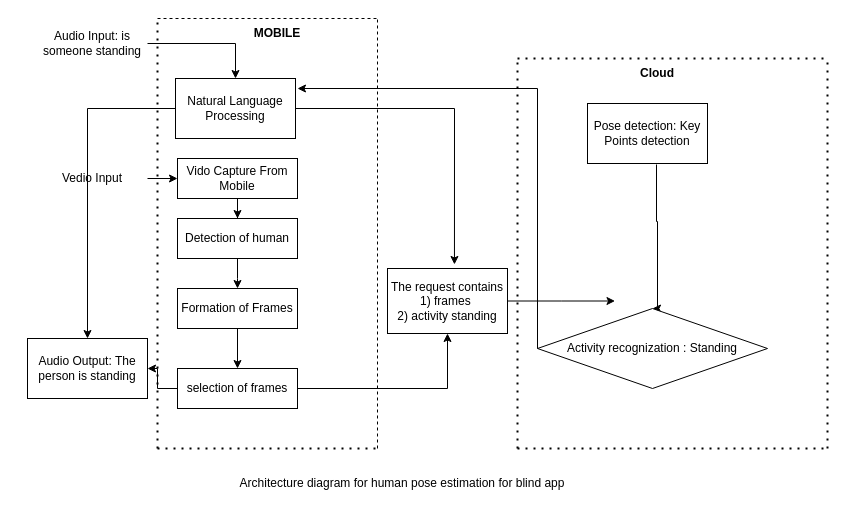
The draw.io diagram Untitled Diagram.drawio in ahmad2001hotmailyahoo/ahmad-arc, before the edit. Source tidied: cells renumbered, new cells numbered last; positions are measured from the earlier drawing's top-left corner, leaving out a move shared by most shapes. Both pictures are drawn from the tidied source at 100%, with x=0, y=0 at pixel (27, 18).
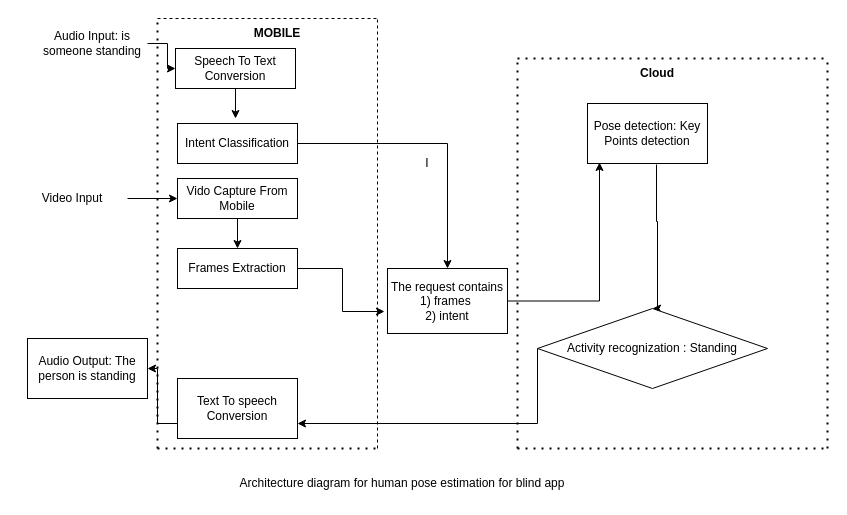
After the change.

Unchanged cells that the change refers to:
```xml
<mxCell id="23" value="Activity recognization : Standing" style="rhombus;whiteSpace=wrap;html=1;" parent="1" vertex="1">
  <mxGeometry x="510" y="290" width="230" height="80" as="geometry" />
</mxCell>
<mxCell id="29" value="Audio Output: The person is standing" style="whiteSpace=wrap;html=1;" parent="1" vertex="1">
  <mxGeometry y="320" width="120" height="60" as="geometry" />
</mxCell>
<mxCell id="34" value="Pose detection: Key Points detection" style="rounded=0;whiteSpace=wrap;html=1;" parent="1" vertex="1">
  <mxGeometry x="560" y="85" width="120" height="60" as="geometry" />
</mxCell>
```

Diff of the diagram source:
```diff
@@
-    <mxCell id="2" style="edgeStyle=orthogonalEdgeStyle;rounded=0;jettySize=auto;html=1;entryX=0.558;entryY=-0.062;entryDx=0;entryDy=0;entryPerimeter=0;" parent="1" edge="1" source="4" target="16">
-      <mxGeometry relative="1" as="geometry" />
-    </mxCell>
-    <mxCell id="3" style="edgeStyle=orthogonalEdgeStyle;rounded=0;jettySize=auto;html=1;" parent="1" edge="1" source="4" target="29">
-      <mxGeometry relative="1" as="geometry" />
-    </mxCell>
-    <mxCell id="4" value="Natural Language Processing" style="whiteSpace=wrap;html=1;" parent="1" vertex="1">
-      <mxGeometry x="148" y="60" width="120" height="60" as="geometry" />
+    <mxCell id="4" value="Speech To Text Conversion" style="whiteSpace=wrap;html=1;" parent="1" vertex="1">
+      <mxGeometry x="148" y="30" width="120" height="40" as="geometry" />
     </mxCell>
@@
     <mxCell id="8" value="Vido Capture From Mobile" style="whiteSpace=wrap;html=1;" parent="1" vertex="1">
-      <mxGeometry x="150" y="140" width="120" height="40" as="geometry" />
+      <mxGeometry x="150" y="160" width="120" height="40" as="geometry" />
     </mxCell>
-    <mxCell id="9" style="edgeStyle=orthogonalEdgeStyle;rounded=0;jettySize=auto;html=1;" parent="1" edge="1" source="10">
-      <mxGeometry relative="1" as="geometry">
-        <mxPoint x="210" y="270" as="targetPoint" />
-      </mxGeometry>
-    </mxCell>
+    <mxCell id="36" style="edgeStyle=orthogonalEdgeStyle;rounded=0;jettySize=auto;html=1;entryX=-0.025;entryY=0.662;entryDx=0;entryDy=0;entryPerimeter=0;" parent="1" edge="1" source="10" target="16">
+      <mxGeometry relative="1" as="geometry" />
+    </mxCell>
-    <mxCell id="10" value="Detection of human" style="whiteSpace=wrap;html=1;" parent="1" vertex="1">
-      <mxGeometry x="150" y="200" width="120" height="40" as="geometry" />
+    <mxCell id="10" value="Frames Extraction" style="whiteSpace=wrap;html=1;" parent="1" vertex="1">
+      <mxGeometry x="150" y="230" width="120" height="40" as="geometry" />
     </mxCell>
-    <mxCell id="11" style="edgeStyle=orthogonalEdgeStyle;rounded=0;jettySize=auto;html=1;exitX=0.5;exitY=1;exitDx=0;exitDy=0;" parent="1" edge="1" source="33" target="13">
-      <mxGeometry relative="1" as="geometry" />
-    </mxCell>
-    <mxCell id="12" style="edgeStyle=orthogonalEdgeStyle;rounded=0;jettySize=auto;html=1;" parent="1" edge="1" source="13" target="29">
+    <mxCell id="12" style="edgeStyle=orthogonalEdgeStyle;rounded=0;jettySize=auto;html=1;exitX=0;exitY=0.75;exitDx=0;exitDy=0;" parent="1" edge="1" source="37" target="29">
       <mxGeometry relative="1" as="geometry" />
     </mxCell>
-    <mxCell id="13" value="selection of frames" style="whiteSpace=wrap;html=1;" parent="1" vertex="1">
-      <mxGeometry x="150" y="350" width="120" height="40" as="geometry" />
-    </mxCell>
-    <mxCell id="14" style="edgeStyle=orthogonalEdgeStyle;rounded=0;jettySize=auto;html=1;" parent="1" edge="1" target="16">
-      <mxGeometry relative="1" as="geometry">
-        <mxPoint x="270" y="370" as="sourcePoint" />
-        <Array as="points">
-          <mxPoint x="270" y="370" />
-          <mxPoint x="420" y="370" />
-        </Array>
-      </mxGeometry>
-    </mxCell>
-    <mxCell id="15" style="edgeStyle=orthogonalEdgeStyle;rounded=0;jettySize=auto;html=1;entryX=0;entryY=0.5;entryDx=0;entryDy=0;" parent="1" edge="1" source="16">
-      <mxGeometry relative="1" as="geometry">
-        <mxPoint x="587.5" y="282.5" as="targetPoint" />
-      </mxGeometry>
+    <mxCell id="15" style="edgeStyle=orthogonalEdgeStyle;rounded=0;jettySize=auto;html=1;entryX=0.1;entryY=0.983;entryDx=0;entryDy=0;entryPerimeter=0;" parent="1" edge="1" source="16" target="34">
+      <mxGeometry relative="1" as="geometry" />
     </mxCell>
-    <mxCell id="16" value="The request contains&lt;br&gt;1) frames&amp;nbsp;&lt;br&gt;2) activity standing" style="whiteSpace=wrap;html=1;" parent="1" vertex="1">
+    <mxCell id="16" value="The request contains&lt;br&gt;1) frames&amp;nbsp;&lt;br&gt;2) intent" style="whiteSpace=wrap;html=1;" parent="1" vertex="1">
       <mxGeometry x="360" y="250" width="120" height="65" as="geometry" />
     </mxCell>
@@
-    <mxCell id="31" style="edgeStyle=orthogonalEdgeStyle;rounded=0;jettySize=auto;html=1;" parent="1" edge="1" source="32" target="8">
-      <mxGeometry relative="1" as="geometry" />
+    <mxCell id="31" style="edgeStyle=orthogonalEdgeStyle;rounded=0;jettySize=auto;html=1;entryX=0;entryY=0.5;entryDx=0;entryDy=0;" parent="1" edge="1" source="32" target="8">
+      <mxGeometry relative="1" as="geometry">
+        <Array as="points">
+          <mxPoint x="45" y="180" />
+        </Array>
+      </mxGeometry>
     </mxCell>
-    <mxCell id="32" value="Vedio Input" style="text;html=1;strokeColor=none;fillColor=none;align=center;verticalAlign=middle;whiteSpace=wrap;rounded=0;" parent="1" vertex="1">
-      <mxGeometry x="10" y="145" width="110" height="30" as="geometry" />
+    <mxCell id="32" value="Video Input" style="text;html=1;strokeColor=none;fillColor=none;align=center;verticalAlign=middle;whiteSpace=wrap;rounded=0;" parent="1" vertex="1">
+      <mxGeometry x="-10" y="165" width="110" height="30" as="geometry" />
     </mxCell>
-    <mxCell id="33" value="Formation of Frames" style="whiteSpace=wrap;html=1;" parent="1" vertex="1">
-      <mxGeometry x="150" y="270" width="120" height="40" as="geometry" />
-    </mxCell>
@@
-    <mxCell id="35" style="endArrow=classic;html=1;rounded=0;exitX=0;exitY=0.5;exitDx=0;exitDy=0;" parent="1" edge="1" source="23">
-      <mxGeometry relative="1" as="geometry">
-        <mxPoint x="270" y="70" as="targetPoint" />
-        <Array as="points">
-          <mxPoint x="510" y="70" />
-        </Array>
-      </mxGeometry>
-    </mxCell>
+    <mxCell id="37" value="Text To speech Conversion" style="whiteSpace=wrap;html=1;" parent="1" vertex="1">
+      <mxGeometry x="150" y="360" width="120" height="60" as="geometry" />
+    </mxCell>
+    <mxCell id="38" style="endArrow=classic;html=1;rounded=0;exitX=0;exitY=0.5;exitDx=0;exitDy=0;entryX=1;entryY=0.75;entryDx=0;entryDy=0;" parent="1" edge="1" source="23" target="37">
+      <mxGeometry relative="1" as="geometry">
+        <Array as="points">
+          <mxPoint x="510" y="405" />
+        </Array>
+      </mxGeometry>
+    </mxCell>
+    <mxCell id="39" value="I" style="text;html=1;strokeColor=none;fillColor=none;align=center;verticalAlign=middle;whiteSpace=wrap;rounded=0;" parent="1" vertex="1">
+      <mxGeometry x="370" y="130" width="60" height="30" as="geometry" />
+    </mxCell>
+    <mxCell id="40" value="Intent Classification" style="rounded=0;whiteSpace=wrap;html=1;" parent="1" vertex="1">
+      <mxGeometry x="150" y="105" width="120" height="40" as="geometry" />
+    </mxCell>
+    <mxCell id="41" style="endArrow=classic;html=1;rounded=0;" parent="1" edge="1">
+      <mxGeometry relative="1" as="geometry">
+        <mxPoint x="208" y="70" as="sourcePoint" />
+        <mxPoint x="208" y="100" as="targetPoint" />
+      </mxGeometry>
+    </mxCell>
+    <mxCell id="42" style="endArrow=classic;html=1;rounded=0;exitX=1;exitY=0.5;exitDx=0;exitDy=0;entryX=0.5;entryY=0;entryDx=0;entryDy=0;" parent="1" edge="1" source="40" target="16">
+      <mxGeometry relative="1" as="geometry">
+        <Array as="points">
+          <mxPoint x="420" y="125" />
+        </Array>
+      </mxGeometry>
+    </mxCell>
```
